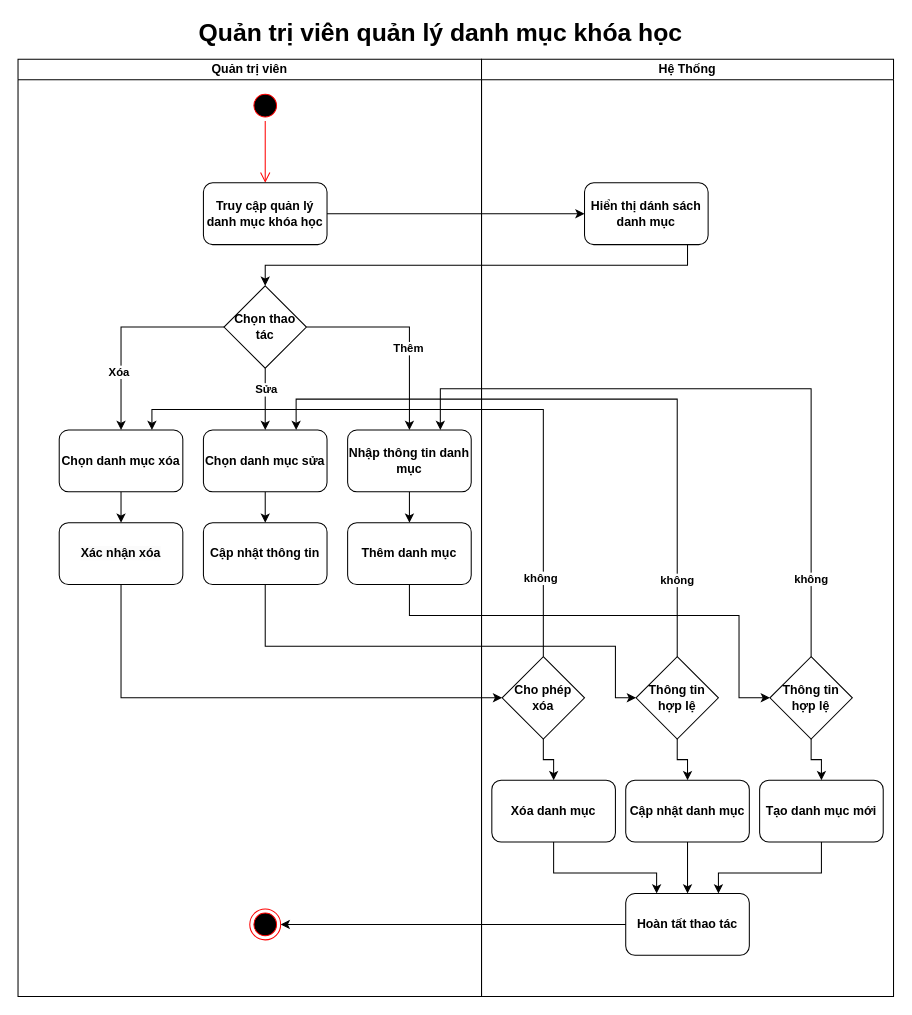
The draw.io diagram document/ActivityDiagram/ManageCategory-Activity.drawio in toniiplaycode/DNC-Learning, before the edit. Source tidied: cells renumbered, new cells numbered last; positions are measured from the earlier drawing's top-left corner, leaving out a move shared by most shapes. Both pictures are drawn from the tidied source at 103%, with x=0, y=0 at pixel (18, 18).
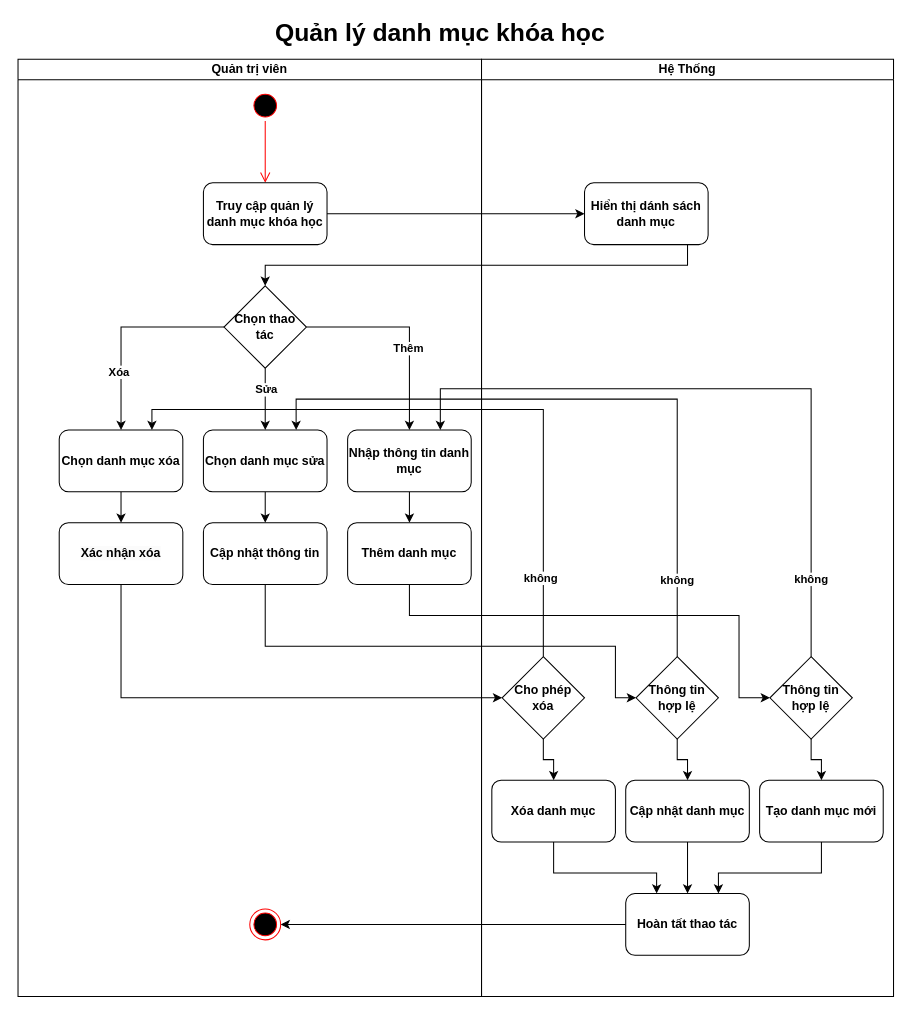
Above is the later version.

The edit, as a diff of the source:
```diff
@@
-    <mxCell id="38" value="&lt;span style=&quot;font-size: 24px;&quot;&gt;Quản trị viên quản lý danh mục khóa học&lt;/span&gt;" style="text;html=1;align=center;verticalAlign=middle;whiteSpace=wrap;rounded=0;fontStyle=1;" parent="1" vertex="1">
-      <mxGeometry x="140" width="541" height="30" as="geometry" />
+    <mxCell id="38" value="&lt;span style=&quot;font-size: 24px;&quot;&gt;Quản lý danh mục khóa học&lt;/span&gt;" style="text;html=1;align=center;verticalAlign=middle;whiteSpace=wrap;rounded=0;fontStyle=1;" parent="1" vertex="1">
+      <mxGeometry x="140" width="540" height="30" as="geometry" />
     </mxCell>
```
